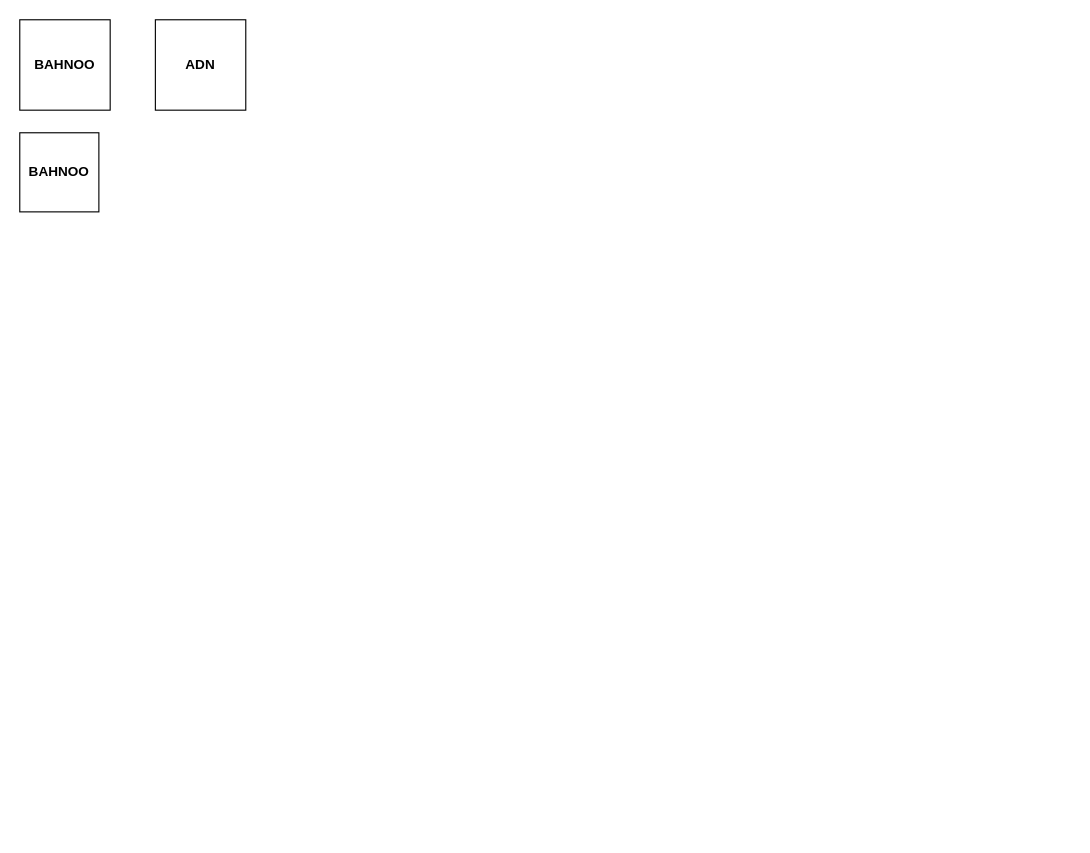
This is Mind Map.drawio from Bahnoodamar/ADN, a draw.io file, before an edit. Source tidied: cells renumbered, new cells numbered last; positions are measured from the earlier drawing's top-left corner, leaving out a move shared by most shapes. Both pictures are drawn from the tidied source at 113%, with x=0, y=0 at pixel (19, 19).
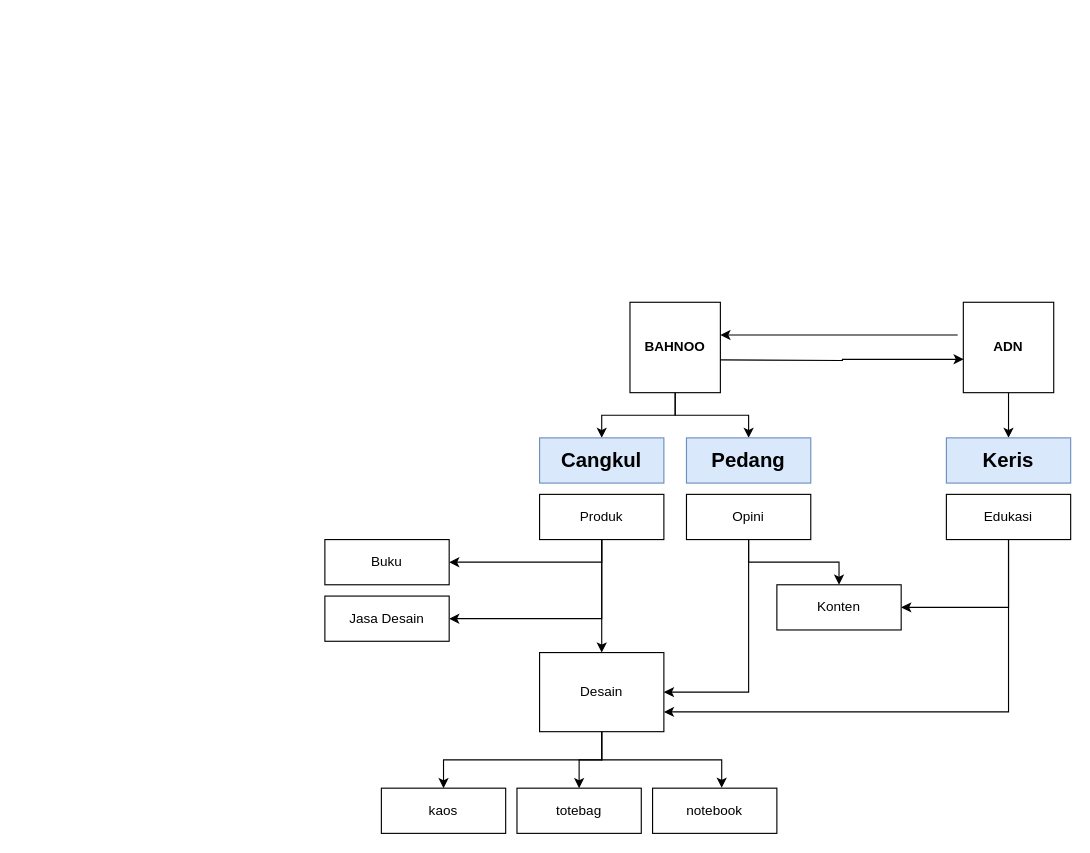
Above is the later version.

Change to the diagram source:
```diff
@@
+    <mxCell id="5" style="edgeStyle=orthogonalEdgeStyle;rounded=0;jettySize=auto;html=1;exitX=0.5;exitY=1;exitDx=0;exitDy=0;entryX=0.5;entryY=0;entryDx=0;entryDy=0;" parent="1" edge="1" source="2" target="10">
+      <mxGeometry relative="1" as="geometry" />
+    </mxCell>
+    <mxCell id="6" style="edgeStyle=orthogonalEdgeStyle;rounded=0;jettySize=auto;html=1;exitX=0.5;exitY=1;exitDx=0;exitDy=0;entryX=0.5;entryY=0;entryDx=0;entryDy=0;" parent="1" edge="1" source="2" target="11">
+      <mxGeometry relative="1" as="geometry" />
+    </mxCell>
+    <mxCell id="7" style="edgeStyle=orthogonalEdgeStyle;rounded=0;jettySize=auto;html=1;exitX=1;exitY=0.75;exitDx=0;exitDy=0;entryX=0.004;entryY=0.631;entryDx=0;entryDy=0;entryPerimeter=0;" parent="1" edge="1" target="3">
+      <mxGeometry relative="1" as="geometry">
+        <mxPoint x="620" y="301" as="sourcePoint" />
+      </mxGeometry>
+    </mxCell>
     <mxCell id="2" value="&lt;b&gt;BAHNOO&lt;/b&gt;" style="whiteSpace=wrap;html=1;" parent="1" vertex="1">
-      <mxGeometry width="80" height="80" as="geometry" />
+      <mxGeometry x="540" y="250" width="80" height="80" as="geometry" />
     </mxCell>
+    <mxCell id="8" style="edgeStyle=orthogonalEdgeStyle;rounded=0;orthogonalLoop=1;jettySize=auto;html=1;entryX=1;entryY=0.25;entryDx=0;entryDy=0;" parent="1" edge="1">
+      <mxGeometry relative="1" as="geometry">
+        <mxPoint x="830" y="279" as="sourcePoint" />
+        <mxPoint x="620" y="279" as="targetPoint" />
+      </mxGeometry>
+    </mxCell>
+    <mxCell id="9" style="edgeStyle=orthogonalEdgeStyle;rounded=0;jettySize=auto;html=1;exitX=0.5;exitY=1;exitDx=0;exitDy=0;entryX=0.5;entryY=0;entryDx=0;entryDy=0;" parent="1" edge="1" source="3" target="12">
+      <mxGeometry relative="1" as="geometry" />
+    </mxCell>
     <mxCell id="3" value="&lt;div&gt;&lt;b&gt;ADN&lt;/b&gt;&lt;/div&gt;" style="whiteSpace=wrap;html=1;" parent="1" vertex="1">
-      <mxGeometry x="120" width="80" height="80" as="geometry" />
+      <mxGeometry x="835" y="250" width="80" height="80" as="geometry" />
     </mxCell>
-    <mxCell id="4" value="&lt;b&gt;BAHNOO&lt;/b&gt;" style="whiteSpace=wrap;html=1;" parent="1" vertex="1">
-      <mxGeometry y="100" width="70" height="70" as="geometry" />
-    </mxCell>
+    <mxCell id="10" value="&lt;h2&gt;Cangkul&lt;/h2&gt;" style="rounded=0;whiteSpace=wrap;html=1;fillColor=#dae8fc;strokeColor=#6c8ebf;" parent="1" vertex="1">
+      <mxGeometry x="460" y="370" width="110" height="40" as="geometry" />
+    </mxCell>
+    <mxCell id="11" value="&lt;h2&gt;Pedang&lt;/h2&gt;" style="rounded=0;whiteSpace=wrap;html=1;fillColor=#dae8fc;strokeColor=#6c8ebf;" parent="1" vertex="1">
+      <mxGeometry x="590" y="370" width="110" height="40" as="geometry" />
+    </mxCell>
+    <mxCell id="12" value="&lt;h2&gt;Keris&lt;/h2&gt;" style="rounded=0;whiteSpace=wrap;html=1;fillColor=#dae8fc;strokeColor=#6c8ebf;" parent="1" vertex="1">
+      <mxGeometry x="820" y="370" width="110" height="40" as="geometry" />
+    </mxCell>
+    <mxCell id="13" style="edgeStyle=orthogonalEdgeStyle;rounded=0;jettySize=auto;html=1;exitX=0.5;exitY=1;exitDx=0;exitDy=0;entryX=1;entryY=0.5;entryDx=0;entryDy=0;" parent="1" edge="1" source="15" target="29">
+      <mxGeometry relative="1" as="geometry" />
+    </mxCell>
+    <mxCell id="14" style="edgeStyle=orthogonalEdgeStyle;rounded=0;jettySize=auto;html=1;exitX=0.5;exitY=1;exitDx=0;exitDy=0;entryX=1;entryY=0.75;entryDx=0;entryDy=0;" parent="1" edge="1" source="15" target="26">
+      <mxGeometry relative="1" as="geometry" />
+    </mxCell>
+    <mxCell id="15" value="Edukasi" style="rounded=0;whiteSpace=wrap;html=1;" parent="1" vertex="1">
+      <mxGeometry x="820" y="420" width="110" height="40" as="geometry" />
+    </mxCell>
+    <mxCell id="16" style="edgeStyle=orthogonalEdgeStyle;rounded=0;jettySize=auto;html=1;exitX=0.5;exitY=1;exitDx=0;exitDy=0;entryX=0.5;entryY=0;entryDx=0;entryDy=0;" parent="1" edge="1" source="18" target="29">
+      <mxGeometry relative="1" as="geometry" />
+    </mxCell>
+    <mxCell id="17" style="edgeStyle=orthogonalEdgeStyle;rounded=0;jettySize=auto;html=1;exitX=0.5;exitY=1;exitDx=0;exitDy=0;entryX=1;entryY=0.5;entryDx=0;entryDy=0;" parent="1" edge="1" source="18" target="26">
+      <mxGeometry relative="1" as="geometry" />
+    </mxCell>
+    <mxCell id="18" value="Opini" style="rounded=0;whiteSpace=wrap;html=1;" parent="1" vertex="1">
+      <mxGeometry x="590" y="420" width="110" height="40" as="geometry" />
+    </mxCell>
+    <mxCell id="19" style="edgeStyle=orthogonalEdgeStyle;rounded=0;jettySize=auto;html=1;exitX=0.5;exitY=1;exitDx=0;exitDy=0;entryX=1;entryY=0.5;entryDx=0;entryDy=0;" parent="1" edge="1" source="22" target="27">
+      <mxGeometry relative="1" as="geometry" />
+    </mxCell>
+    <mxCell id="20" style="edgeStyle=orthogonalEdgeStyle;rounded=0;jettySize=auto;html=1;exitX=0.5;exitY=1;exitDx=0;exitDy=0;entryX=1;entryY=0.5;entryDx=0;entryDy=0;" parent="1" edge="1" source="22" target="28">
+      <mxGeometry relative="1" as="geometry" />
+    </mxCell>
+    <mxCell id="21" style="edgeStyle=orthogonalEdgeStyle;rounded=0;jettySize=auto;html=1;exitX=0.5;exitY=1;exitDx=0;exitDy=0;entryX=0.5;entryY=0;entryDx=0;entryDy=0;" parent="1" edge="1" source="22" target="26">
+      <mxGeometry relative="1" as="geometry" />
+    </mxCell>
+    <mxCell id="22" value="Produk" style="rounded=0;whiteSpace=wrap;html=1;" parent="1" vertex="1">
+      <mxGeometry x="460" y="420" width="110" height="40" as="geometry" />
+    </mxCell>
+    <mxCell id="23" style="edgeStyle=orthogonalEdgeStyle;rounded=0;jettySize=auto;html=1;exitX=0.5;exitY=1;exitDx=0;exitDy=0;entryX=0.5;entryY=0;entryDx=0;entryDy=0;" parent="1" edge="1" source="26" target="30">
+      <mxGeometry relative="1" as="geometry" />
+    </mxCell>
+    <mxCell id="24" style="edgeStyle=orthogonalEdgeStyle;rounded=0;jettySize=auto;html=1;exitX=0.5;exitY=1;exitDx=0;exitDy=0;entryX=0.556;entryY=-0.008;entryDx=0;entryDy=0;entryPerimeter=0;" parent="1" edge="1" source="26" target="32">
+      <mxGeometry relative="1" as="geometry" />
+    </mxCell>
+    <mxCell id="25" style="edgeStyle=orthogonalEdgeStyle;rounded=0;jettySize=auto;html=1;exitX=0.5;exitY=1;exitDx=0;exitDy=0;entryX=0.5;entryY=0;entryDx=0;entryDy=0;" parent="1" edge="1" source="26" target="31">
+      <mxGeometry relative="1" as="geometry" />
+    </mxCell>
+    <mxCell id="26" value="Desain" style="rounded=0;whiteSpace=wrap;html=1;" parent="1" vertex="1">
+      <mxGeometry x="460" y="560" width="110" height="70" as="geometry" />
+    </mxCell>
+    <mxCell id="27" value="Buku" style="rounded=0;whiteSpace=wrap;html=1;" parent="1" vertex="1">
+      <mxGeometry x="270" y="460" width="110" height="40" as="geometry" />
+    </mxCell>
+    <mxCell id="28" value="Jasa Desain" style="rounded=0;whiteSpace=wrap;html=1;" parent="1" vertex="1">
+      <mxGeometry x="270" y="510" width="110" height="40" as="geometry" />
+    </mxCell>
+    <mxCell id="29" value="Konten" style="rounded=0;whiteSpace=wrap;html=1;" parent="1" vertex="1">
+      <mxGeometry x="670" y="500" width="110" height="40" as="geometry" />
+    </mxCell>
+    <mxCell id="30" value="kaos" style="rounded=0;whiteSpace=wrap;html=1;" parent="1" vertex="1">
+      <mxGeometry x="320" y="680" width="110" height="40" as="geometry" />
+    </mxCell>
+    <mxCell id="31" value="totebag" style="rounded=0;whiteSpace=wrap;html=1;" parent="1" vertex="1">
+      <mxGeometry x="440" y="680" width="110" height="40" as="geometry" />
+    </mxCell>
+    <mxCell id="32" value="notebook" style="rounded=0;whiteSpace=wrap;html=1;" parent="1" vertex="1">
+      <mxGeometry x="560" y="680" width="110" height="40" as="geometry" />
+    </mxCell>
```
